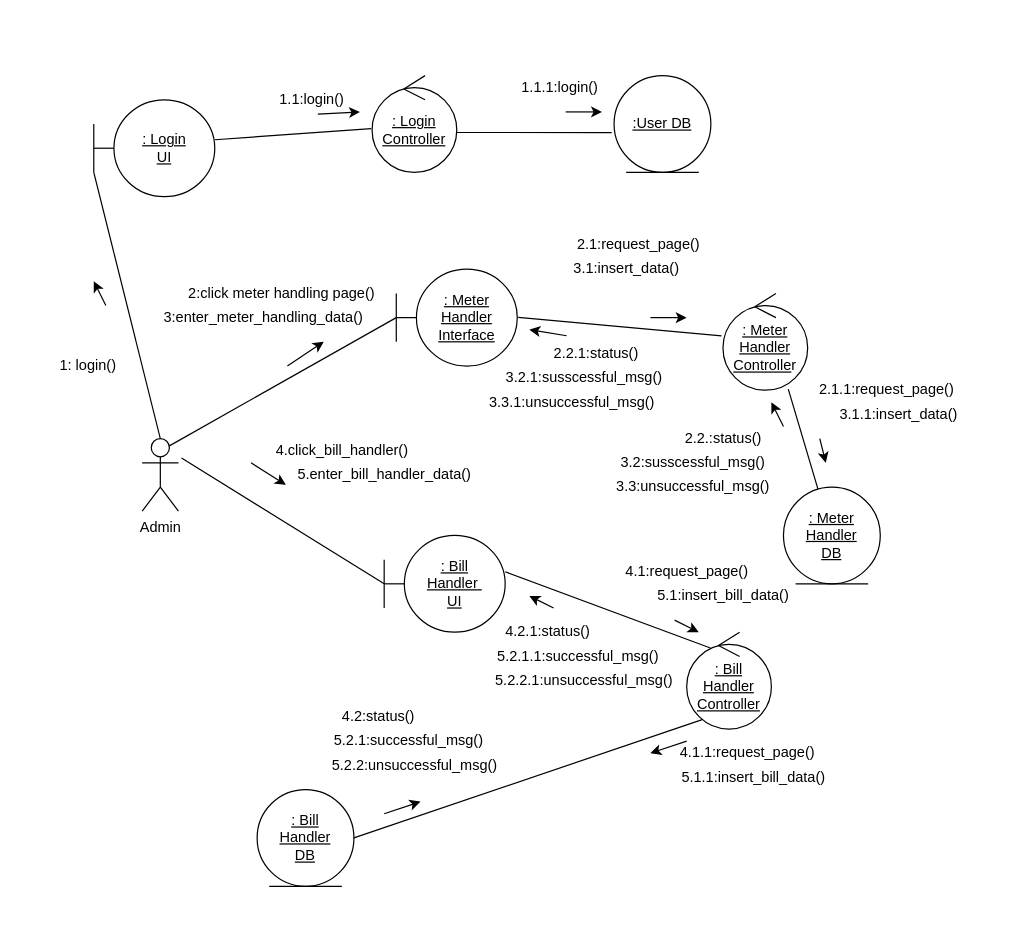
Before: page "Anusara-Communication_d1" (34 of 37) of PAF ER Diagram.drawio in YuchiraJA/PAF-Project-ER-Diagram, a draw.io diagram. Source tidied: cells renumbered, new cells numbered last; positions are measured from the earlier drawing's top-left corner, leaving out a move shared by most shapes. Both pictures are drawn from the tidied source at 121%, with x=0, y=0 at pixel (51, 75).
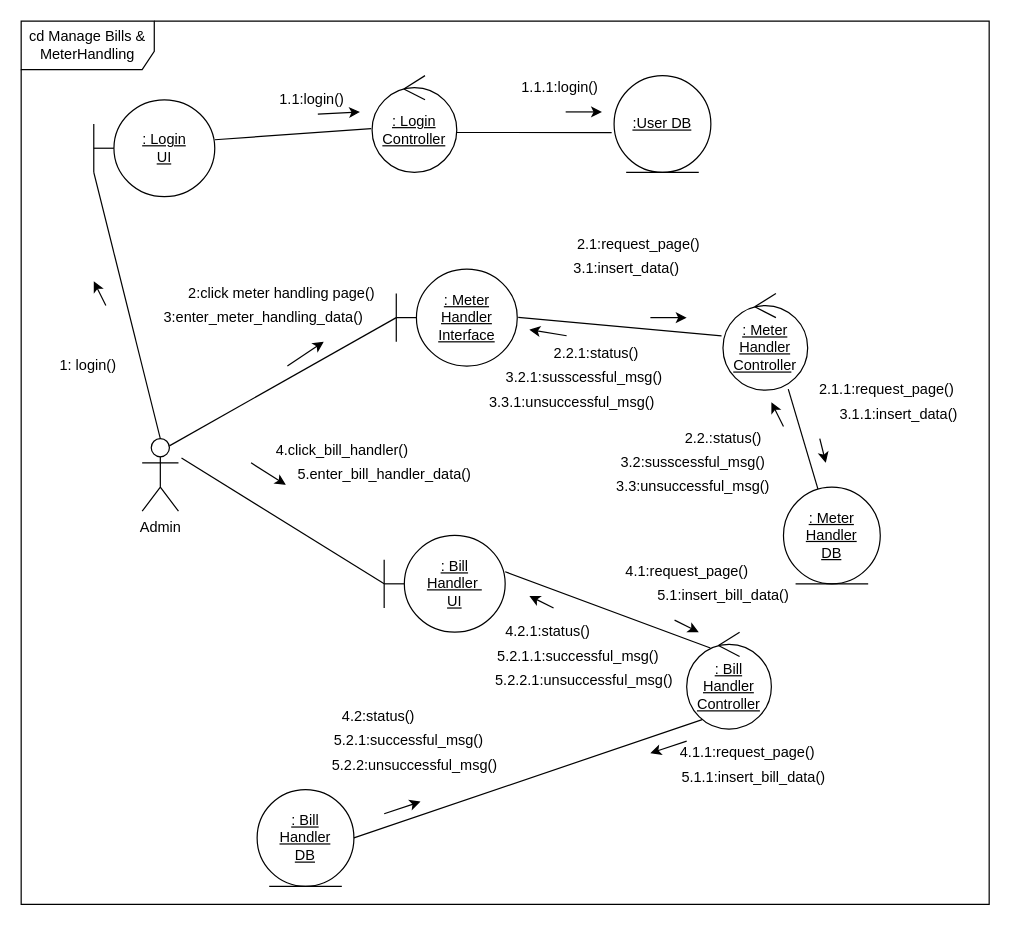
The same diagram, later.

The edit, as a diff of the source:
```diff
@@
+    <mxCell id="61" value="cd Manage Bills &amp;amp; MeterHandling" style="shape=umlFrame;whiteSpace=wrap;html=1;width=110;height=40;" parent="1" vertex="1">
+      <mxGeometry x="-25" y="-45" width="800" height="730" as="geometry" />
+    </mxCell>
```
